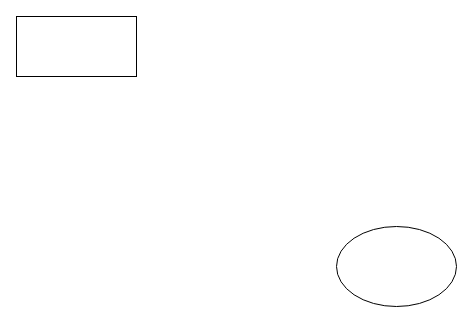
The draw.io diagram 未命名绘图.drawio in dcf1997/draw.io.repository, before the edit. Source tidied: cells renumbered, new cells numbered last; positions are measured from the earlier drawing's top-left corner, leaving out a move shared by most shapes. Both pictures are drawn from the tidied source at 100%, with x=0, y=0 at pixel (16, 16).
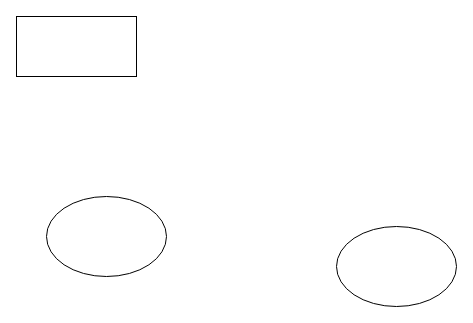
After the change.

Commit message:
更新未命名绘图.drawio

Diff of the diagram source:
```diff
@@
 <mxGraphModel>
   <root>
     <mxCell id="0" />
     <mxCell id="1" parent="0" />
     <mxCell id="2" style="rounded=0;whiteSpace=wrap;html=1;" parent="1" vertex="1">
       <mxGeometry width="120" height="60" as="geometry" />
     </mxCell>
     <mxCell id="3" style="ellipse;whiteSpace=wrap;html=1;" parent="1" vertex="1">
       <mxGeometry x="320" y="210" width="120" height="80" as="geometry" />
     </mxCell>
+    <mxCell id="4" style="ellipse;whiteSpace=wrap;html=1;" parent="1" vertex="1">
+      <mxGeometry x="30" y="180" width="120" height="80" as="geometry" />
+    </mxCell>
   </root>
 </mxGraphModel>
```
